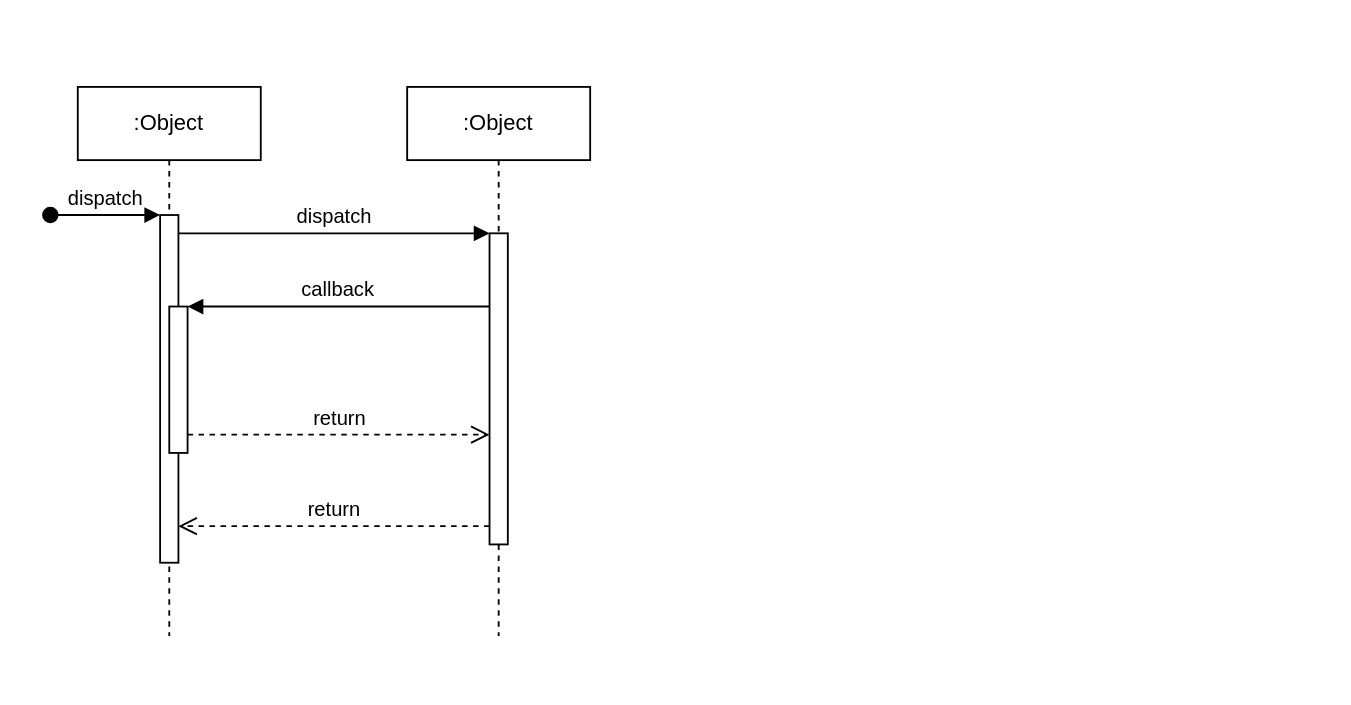
Before: page "System Level Sequence Diagram" (1 of 2) of Final Project/sequence.drawio in k-wtamu/CIDM6330, a draw.io diagram. Source tidied: cells renumbered, new cells numbered last; positions are measured from the earlier drawing's top-left corner, leaving out a move shared by most shapes. Both pictures are drawn from the tidied source at 183%, with x=0, y=0 at pixel (49, 86).
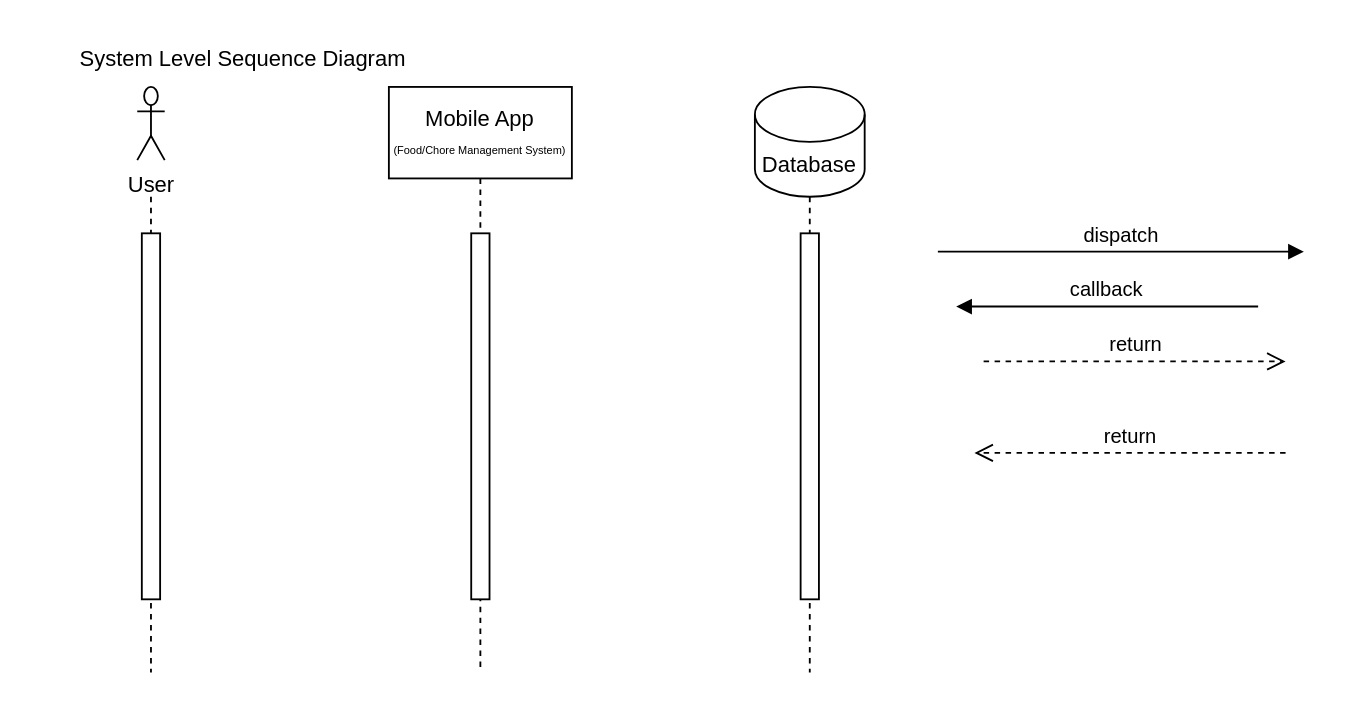
The same page after the edit.

The edit, as a diff of the source:
```diff
@@
-    <mxCell id="2" value=":Object" style="shape=umlLifeline;perimeter=lifelinePerimeter;whiteSpace=wrap;html=1;newEdgeStyle={&quot;edgeStyle&quot;:&quot;elbowEdgeStyle&quot;,&quot;elbow&quot;:&quot;vertical&quot;,&quot;curved&quot;:0,&quot;rounded&quot;:0};" parent="1" vertex="1">
-      <mxGeometry x="15" width="100" height="300" as="geometry" />
+    <mxCell id="2" value="Mobile App&lt;div&gt;&lt;font style=&quot;font-size: 6px;&quot;&gt;(Food/Chore Management System)&lt;/font&gt;&lt;/div&gt;" style="shape=umlLifeline;perimeter=lifelinePerimeter;whiteSpace=wrap;html=1;newEdgeStyle={&quot;edgeStyle&quot;:&quot;elbowEdgeStyle&quot;,&quot;elbow&quot;:&quot;vertical&quot;,&quot;curved&quot;:0,&quot;rounded&quot;:0};size=50;" parent="1" vertex="1">
+      <mxGeometry x="185" width="100" height="320" as="geometry" />
     </mxCell>
     <mxCell id="3" style="html=1;points=[];perimeter=orthogonalPerimeter;outlineConnect=0;targetShapes=umlLifeline;portConstraint=eastwest;newEdgeStyle={&quot;edgeStyle&quot;:&quot;elbowEdgeStyle&quot;,&quot;elbow&quot;:&quot;vertical&quot;,&quot;curved&quot;:0,&quot;rounded&quot;:0};" parent="2" vertex="1">
-      <mxGeometry x="45" y="70" width="10" height="190" as="geometry" />
+      <mxGeometry x="45" y="80" width="10" height="200" as="geometry" />
     </mxCell>
-    <mxCell id="4" value="dispatch" style="html=1;verticalAlign=bottom;startArrow=oval;endArrow=block;startSize=8;edgeStyle=elbowEdgeStyle;elbow=vertical;curved=0;rounded=0;" parent="2" edge="1" target="3">
-      <mxGeometry relative="1" as="geometry">
-        <mxPoint x="-15" y="70" as="sourcePoint" />
-      </mxGeometry>
-    </mxCell>
-    <mxCell id="5" style="html=1;points=[];perimeter=orthogonalPerimeter;outlineConnect=0;targetShapes=umlLifeline;portConstraint=eastwest;newEdgeStyle={&quot;edgeStyle&quot;:&quot;elbowEdgeStyle&quot;,&quot;elbow&quot;:&quot;vertical&quot;,&quot;curved&quot;:0,&quot;rounded&quot;:0};" parent="2" vertex="1">
-      <mxGeometry x="50" y="120" width="10" height="80" as="geometry" />
-    </mxCell>
-    <mxCell id="6" value=":Object" style="shape=umlLifeline;perimeter=lifelinePerimeter;whiteSpace=wrap;html=1;newEdgeStyle={&quot;edgeStyle&quot;:&quot;elbowEdgeStyle&quot;,&quot;elbow&quot;:&quot;vertical&quot;,&quot;curved&quot;:0,&quot;rounded&quot;:0};" parent="1" vertex="1">
-      <mxGeometry x="195" width="100" height="300" as="geometry" />
+    <mxCell id="6" style="shape=umlLifeline;perimeter=lifelinePerimeter;whiteSpace=wrap;html=1;newEdgeStyle={&quot;edgeStyle&quot;:&quot;elbowEdgeStyle&quot;,&quot;elbow&quot;:&quot;vertical&quot;,&quot;curved&quot;:0,&quot;rounded&quot;:0};size=0;" parent="1" vertex="1">
+      <mxGeometry x="365" y="60" width="100" height="260" as="geometry" />
     </mxCell>
     <mxCell id="7" style="html=1;points=[];perimeter=orthogonalPerimeter;outlineConnect=0;targetShapes=umlLifeline;portConstraint=eastwest;newEdgeStyle={&quot;edgeStyle&quot;:&quot;elbowEdgeStyle&quot;,&quot;elbow&quot;:&quot;vertical&quot;,&quot;curved&quot;:0,&quot;rounded&quot;:0};" parent="6" vertex="1">
-      <mxGeometry x="45" y="80" width="10" height="170" as="geometry" />
+      <mxGeometry x="45" y="20" width="10" height="200" as="geometry" />
     </mxCell>
-    <mxCell id="8" value="dispatch" style="html=1;verticalAlign=bottom;endArrow=block;edgeStyle=elbowEdgeStyle;elbow=vertical;curved=0;rounded=0;" parent="1" edge="1" source="3" target="7">
+    <mxCell id="8" value="dispatch" style="html=1;verticalAlign=bottom;endArrow=block;edgeStyle=elbowEdgeStyle;elbow=vertical;curved=0;rounded=0;" parent="1" edge="1">
       <mxGeometry relative="1" as="geometry">
+        <mxPoint x="485" y="90" as="sourcePoint" />
+        <mxPoint x="685" y="90" as="targetPoint" />
         <Array as="points">
-          <mxPoint x="155" y="80" />
+          <mxPoint x="570" y="90" />
         </Array>
       </mxGeometry>
     </mxCell>
-    <mxCell id="9" value="return" style="html=1;verticalAlign=bottom;endArrow=open;dashed=1;endSize=8;edgeStyle=elbowEdgeStyle;elbow=vertical;curved=0;rounded=0;" parent="1" edge="1" source="7" target="3">
+    <mxCell id="9" value="return" style="html=1;verticalAlign=bottom;endArrow=open;dashed=1;endSize=8;edgeStyle=elbowEdgeStyle;elbow=vertical;curved=0;rounded=0;" parent="1" edge="1">
       <mxGeometry relative="1" as="geometry">
+        <mxPoint x="675" y="200" as="sourcePoint" />
+        <mxPoint x="505" y="200" as="targetPoint" />
         <Array as="points">
-          <mxPoint x="165" y="240" />
+          <mxPoint x="600" y="200" />
         </Array>
       </mxGeometry>
     </mxCell>
-    <mxCell id="10" value="callback" style="html=1;verticalAlign=bottom;endArrow=block;edgeStyle=elbowEdgeStyle;elbow=vertical;curved=0;rounded=0;" parent="1" edge="1" source="7" target="5">
+    <mxCell id="10" value="callback" style="html=1;verticalAlign=bottom;endArrow=block;edgeStyle=elbowEdgeStyle;elbow=vertical;curved=0;rounded=0;" parent="1" edge="1">
       <mxGeometry relative="1" as="geometry">
+        <mxPoint x="660" y="120" as="sourcePoint" />
+        <mxPoint x="495" y="120" as="targetPoint" />
         <Array as="points">
-          <mxPoint x="165" y="120" />
+          <mxPoint x="585" y="120" />
         </Array>
       </mxGeometry>
     </mxCell>
-    <mxCell id="11" value="return" style="html=1;verticalAlign=bottom;endArrow=open;dashed=1;endSize=8;edgeStyle=elbowEdgeStyle;elbow=vertical;curved=0;rounded=0;" parent="1" edge="1" source="5" target="7">
+    <mxCell id="11" value="return" style="html=1;verticalAlign=bottom;endArrow=open;dashed=1;endSize=8;edgeStyle=elbowEdgeStyle;elbow=vertical;curved=0;rounded=0;" parent="1" edge="1">
       <mxGeometry relative="1" as="geometry">
+        <mxPoint x="510" y="150" as="sourcePoint" />
+        <mxPoint x="675" y="150" as="targetPoint" />
         <Array as="points">
-          <mxPoint x="155" y="190" />
+          <mxPoint x="590" y="150" />
         </Array>
       </mxGeometry>
     </mxCell>
+    <mxCell id="12" value="System Level Sequence Diagram" style="text;html=1;align=center;verticalAlign=middle;strokeColor=none;fillColor=none;" parent="1" vertex="1">
+      <mxGeometry x="5" y="-30" width="200" height="30" as="geometry" />
+    </mxCell>
+    <mxCell id="13" style="shape=umlLifeline;perimeter=lifelinePerimeter;whiteSpace=wrap;html=1;newEdgeStyle={&quot;edgeStyle&quot;:&quot;elbowEdgeStyle&quot;,&quot;elbow&quot;:&quot;vertical&quot;,&quot;curved&quot;:0,&quot;rounded&quot;:0};size=0;" parent="1" vertex="1">
+      <mxGeometry x="5" y="60" width="100" height="260" as="geometry" />
+    </mxCell>
+    <mxCell id="14" style="html=1;perimeter=orthogonalPerimeter;targetShapes=umlLifeline;newEdgeStyle={&quot;edgeStyle&quot;:&quot;elbowEdgeStyle&quot;,&quot;elbow&quot;:&quot;vertical&quot;,&quot;curved&quot;:0,&quot;rounded&quot;:0};" parent="13" vertex="1">
+      <mxGeometry x="45" y="20" width="10" height="200" as="geometry" />
+    </mxCell>
+    <mxCell id="15" value="User" style="shape=umlActor;verticalLabelPosition=bottom;verticalAlign=top;html=1;" parent="1" vertex="1">
+      <mxGeometry x="47.5" width="15" height="40" as="geometry" />
+    </mxCell>
+    <mxCell id="16" value="Database" style="shape=cylinder3;whiteSpace=wrap;html=1;boundedLbl=1;backgroundOutline=1;size=15;" parent="1" vertex="1">
+      <mxGeometry x="385" width="60" height="60" as="geometry" />
+    </mxCell>
```
